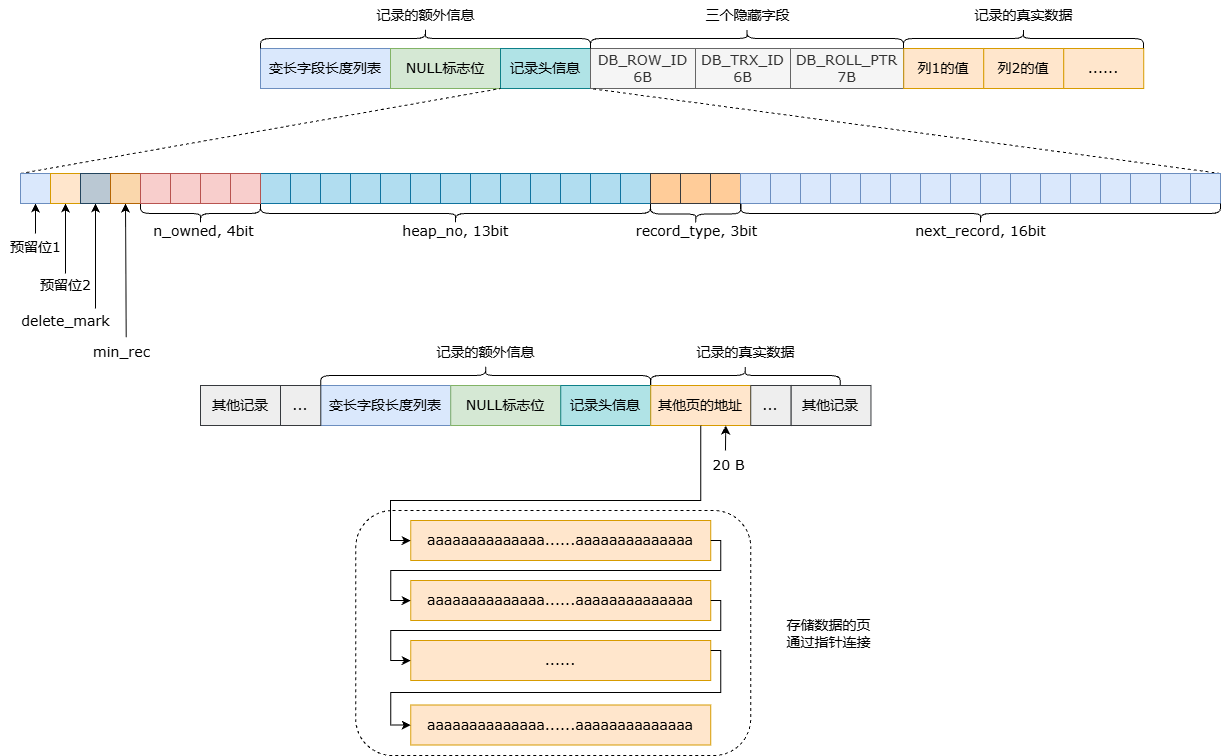
oHo404/imgrepo keeps this draw.io diagram as mysql/Dynamic行记录格式.drawio.png. Above is the earlier version. Source tidied: cells renumbered, new cells last; positions are measured from the earlier drawing's top-left corner, leaving out a move shared by most shapes.
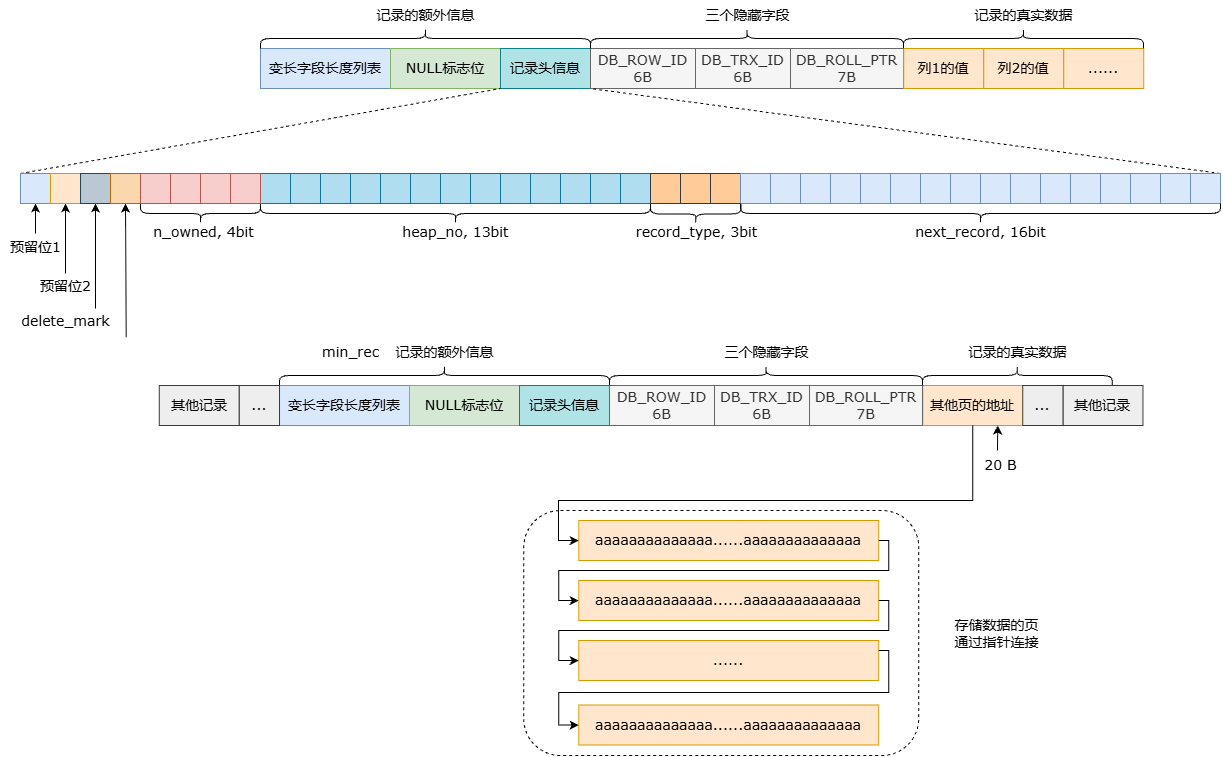
The same file after the commit.

Commit message:
更新Dynamic行记录格式.drawio.png

Change to the diagram source:
```diff
@@ -69,7 +69,7 @@
       <mxGeometry relative="1" as="geometry" />
     </mxCell>
     <mxCell id="22" value="&lt;font face=&quot;Verdana&quot; style=&quot;font-size: 14px;&quot;&gt;min_rec&lt;/font&gt;" style="text;html=1;align=center;verticalAlign=middle;strokeColor=none;fillColor=none;" parent="1" vertex="1">
-      <mxGeometry x="81" y="464" width="80" height="30" as="geometry" />
+      <mxGeometry x="309.8" y="464" width="80" height="30" as="geometry" />
     </mxCell>
     <mxCell id="23" style="rounded=0;whiteSpace=wrap;html=1;fillColor=#dae8fc;strokeColor=#6c8ebf;" parent="1" vertex="1">
       <mxGeometry x="20" y="300" width="30" height="30" as="geometry" />
@@ -258,28 +258,28 @@
       <mxGeometry x="165" y="41" width="150" height="35" as="geometry" />
     </mxCell>
     <mxCell id="85" style="shape=curlyBracket;whiteSpace=wrap;html=1;rounded=1;flipH=1;labelPosition=right;verticalLabelPosition=middle;align=left;verticalAlign=middle;strokeColor=default;fontFamily=Helvetica;fontSize=12;fontColor=default;fillColor=default;rotation=-90;" parent="1" vertex="1">
-      <mxGeometry x="475.2" y="337" width="20" height="330" as="geometry" />
+      <mxGeometry x="434" y="337" width="20" height="330" as="geometry" />
     </mxCell>
     <mxCell id="86" value="&lt;font face=&quot;Verdana&quot; style=&quot;font-size: 14px;&quot;&gt;记录的额外信息&lt;/font&gt;" style="text;html=1;align=center;verticalAlign=middle;strokeColor=none;fillColor=none;fontFamily=Helvetica;fontSize=12;fontColor=default;" parent="1" vertex="1">
-      <mxGeometry x="425.2" y="464" width="120" height="30" as="geometry" />
+      <mxGeometry x="384" y="464" width="120" height="30" as="geometry" />
     </mxCell>
     <mxCell id="87" style="shape=curlyBracket;whiteSpace=wrap;html=1;rounded=1;flipH=1;labelPosition=right;verticalLabelPosition=middle;align=left;verticalAlign=middle;strokeColor=default;fontFamily=Helvetica;fontSize=12;fontColor=default;fillColor=default;rotation=-90;" parent="1" vertex="1">
-      <mxGeometry x="735.1" y="407.2" width="19.5" height="189.7" as="geometry" />
+      <mxGeometry x="1007.1" y="407.2" width="19.5" height="189.7" as="geometry" />
     </mxCell>
     <mxCell id="88" value="记录的真实数据" style="text;html=1;align=center;verticalAlign=middle;strokeColor=none;fillColor=none;fontFamily=Verdana;fontSize=14;fontColor=default;" parent="1" vertex="1">
-      <mxGeometry x="684.8" y="464" width="120" height="30" as="geometry" />
+      <mxGeometry x="956.8" y="464" width="120" height="30" as="geometry" />
     </mxCell>
     <mxCell id="89" value="&lt;font face=&quot;Verdana&quot; style=&quot;font-size: 14px;&quot;&gt;变长字段长度列表&lt;/font&gt;" style="rounded=0;whiteSpace=wrap;html=1;fillColor=#dae8fc;strokeColor=#6c8ebf;" parent="1" vertex="1">
-      <mxGeometry x="320.2" y="512" width="130" height="40" as="geometry" />
+      <mxGeometry x="279" y="512" width="130" height="40" as="geometry" />
     </mxCell>
     <mxCell id="90" value="&lt;font face=&quot;Verdana&quot; style=&quot;font-size: 14px;&quot;&gt;NULL标志位&lt;/font&gt;" style="rounded=0;whiteSpace=wrap;html=1;fillColor=#d5e8d4;strokeColor=#82b366;" parent="1" vertex="1">
-      <mxGeometry x="450.2" y="512" width="110" height="40" as="geometry" />
+      <mxGeometry x="409" y="512" width="110" height="40" as="geometry" />
     </mxCell>
     <mxCell id="91" value="&lt;font face=&quot;Verdana&quot; style=&quot;font-size: 14px;&quot;&gt;记录头信息&lt;/font&gt;" style="rounded=0;whiteSpace=wrap;html=1;fillColor=#b0e3e6;strokeColor=#0e8088;" parent="1" vertex="1">
-      <mxGeometry x="560.2" y="512" width="90" height="40" as="geometry" />
+      <mxGeometry x="519" y="512" width="90" height="40" as="geometry" />
     </mxCell>
     <mxCell id="92" style="group;" parent="1" vertex="1">
-      <mxGeometry x="200" y="512" width="120.2" height="40" as="geometry" />
+      <mxGeometry x="158.8" y="512" width="120.2" height="40" as="geometry" />
     </mxCell>
     <mxCell id="93" value="&lt;font face=&quot;Verdana&quot;&gt;&lt;span style=&quot;font-size: 14px;&quot;&gt;其他记录&lt;/span&gt;&lt;/font&gt;" style="rounded=0;whiteSpace=wrap;html=1;fillColor=#eeeeee;strokeColor=#36393d;" parent="92" vertex="1">
       <mxGeometry width="80" height="40" as="geometry" />
@@ -288,16 +288,16 @@
       <mxGeometry x="80" width="40.2" height="40" as="geometry" />
     </mxCell>
     <mxCell id="95" value="&lt;font face=&quot;Verdana&quot;&gt;&lt;span style=&quot;font-size: 14px;&quot;&gt;其他页的地址&lt;/span&gt;&lt;/font&gt;" style="rounded=0;whiteSpace=wrap;html=1;fillColor=#ffe6cc;strokeColor=#d79b00;" parent="1" vertex="1">
-      <mxGeometry x="650.2" y="512" width="100" height="40" as="geometry" />
+      <mxGeometry x="922.2" y="512" width="100" height="40" as="geometry" />
     </mxCell>
     <mxCell id="96" value="&lt;font face=&quot;Verdana&quot; style=&quot;font-size: 14px;&quot;&gt;aaaaaaaaaaaaaa......aaaaaaaaaaaaaa&lt;/font&gt;" style="rounded=0;whiteSpace=wrap;html=1;fillColor=#ffe6cc;strokeColor=#d79b00;" parent="1" vertex="1">
-      <mxGeometry x="410.2" y="647" width="300" height="40" as="geometry" />
+      <mxGeometry x="578.2" y="647" width="300" height="40" as="geometry" />
     </mxCell>
     <mxCell id="97" value="&lt;font face=&quot;Verdana&quot; style=&quot;font-size: 14px;&quot;&gt;aaaaaaaaaaaaaa......aaaaaaaaaaaaaa&lt;/font&gt;" style="rounded=0;whiteSpace=wrap;html=1;fillColor=#ffe6cc;strokeColor=#d79b00;" parent="1" vertex="1">
-      <mxGeometry x="410.2" y="707" width="300" height="40" as="geometry" />
+      <mxGeometry x="578.2" y="707" width="300" height="40" as="geometry" />
     </mxCell>
     <mxCell id="98" style="group;" parent="1" vertex="1">
-      <mxGeometry x="750.2" y="512" width="120.2" height="40" as="geometry" />
+      <mxGeometry x="1022.2" y="512" width="120.2" height="40" as="geometry" />
     </mxCell>
     <mxCell id="99" value="&lt;font face=&quot;Verdana&quot;&gt;&lt;span style=&quot;font-size: 14px;&quot;&gt;其他记录&lt;/span&gt;&lt;/font&gt;" style="rounded=0;whiteSpace=wrap;html=1;fillColor=#eeeeee;strokeColor=#36393d;" parent="98" vertex="1">
       <mxGeometry x="40.2" width="80" height="40" as="geometry" />
@@ -308,45 +308,45 @@
     <mxCell id="101" style="endArrow=classic;html=1;rounded=0;exitX=0.5;exitY=1;exitDx=0;exitDy=0;edgeStyle=orthogonalEdgeStyle;entryX=0;entryY=0.5;entryDx=0;entryDy=0;" parent="1" edge="1" source="95" target="96">
       <mxGeometry relative="1" as="geometry">
         <Array as="points">
-          <mxPoint x="700" y="627" />
-          <mxPoint x="390" y="627" />
-          <mxPoint x="390" y="667" />
+          <mxPoint x="972.2" y="627" />
+          <mxPoint x="558" y="627" />
+          <mxPoint x="558" y="667" />
         </Array>
       </mxGeometry>
     </mxCell>
     <mxCell id="102" style="endArrow=classic;html=1;rounded=0;exitX=1;exitY=0.5;exitDx=0;exitDy=0;edgeStyle=orthogonalEdgeStyle;entryX=0;entryY=0.5;entryDx=0;entryDy=0;" parent="1" edge="1" source="96" target="97">
       <mxGeometry relative="1" as="geometry">
         <Array as="points">
-          <mxPoint x="720.2" y="667" />
-          <mxPoint x="720.2" y="697" />
-          <mxPoint x="390.2" y="697" />
-          <mxPoint x="390.2" y="727" />
+          <mxPoint x="888.2" y="667" />
+          <mxPoint x="888.2" y="697" />
+          <mxPoint x="558.2" y="697" />
+          <mxPoint x="558.2" y="727" />
         </Array>
       </mxGeometry>
     </mxCell>
     <mxCell id="103" value="&lt;font face=&quot;Verdana&quot;&gt;&lt;span style=&quot;font-size: 14px;&quot;&gt;......&lt;/span&gt;&lt;/font&gt;" style="rounded=0;whiteSpace=wrap;html=1;fillColor=#ffe6cc;strokeColor=#d79b00;" parent="1" vertex="1">
-      <mxGeometry x="410.2" y="767" width="300" height="40" as="geometry" />
+      <mxGeometry x="578.2" y="767" width="300" height="40" as="geometry" />
     </mxCell>
     <mxCell id="104" value="&lt;font face=&quot;Verdana&quot; style=&quot;font-size: 14px;&quot;&gt;aaaaaaaaaaaaaa......aaaaaaaaaaaaaa&lt;/font&gt;" style="rounded=0;whiteSpace=wrap;html=1;fillColor=#ffe6cc;strokeColor=#d79b00;" parent="1" vertex="1">
-      <mxGeometry x="410.2" y="831.5" width="300" height="40" as="geometry" />
+      <mxGeometry x="578.2" y="831.5" width="300" height="40" as="geometry" />
     </mxCell>
     <mxCell id="105" style="endArrow=classic;html=1;rounded=0;edgeStyle=orthogonalEdgeStyle;exitX=1;exitY=0.5;exitDx=0;exitDy=0;entryX=0;entryY=0.5;entryDx=0;entryDy=0;" parent="1" edge="1" source="97" target="103">
       <mxGeometry relative="1" as="geometry">
         <Array as="points">
-          <mxPoint x="720.2" y="727" />
-          <mxPoint x="720.2" y="757" />
-          <mxPoint x="390.2" y="757" />
-          <mxPoint x="390.2" y="787" />
+          <mxPoint x="888.2" y="727" />
+          <mxPoint x="888.2" y="757" />
+          <mxPoint x="558.2" y="757" />
+          <mxPoint x="558.2" y="787" />
         </Array>
       </mxGeometry>
     </mxCell>
     <mxCell id="106" style="endArrow=classic;html=1;rounded=0;edgeStyle=orthogonalEdgeStyle;exitX=1;exitY=0.25;exitDx=0;exitDy=0;entryX=0;entryY=0.5;entryDx=0;entryDy=0;" parent="1" edge="1" source="103" target="104">
       <mxGeometry relative="1" as="geometry">
         <Array as="points">
-          <mxPoint x="720.2" y="777" />
-          <mxPoint x="720.2" y="819" />
-          <mxPoint x="390.2" y="819" />
-          <mxPoint x="390.2" y="852" />
+          <mxPoint x="888.2" y="777" />
+          <mxPoint x="888.2" y="819" />
+          <mxPoint x="558.2" y="819" />
+          <mxPoint x="558.2" y="852" />
         </Array>
       </mxGeometry>
     </mxCell>
@@ -354,13 +354,13 @@
       <mxGeometry relative="1" as="geometry" />
     </mxCell>
     <mxCell id="108" value="&lt;font face=&quot;Verdana&quot; style=&quot;font-size: 14px;&quot;&gt;20 B&lt;/font&gt;" style="text;html=1;align=center;verticalAlign=middle;points=[];strokeColor=none;fillColor=none;" parent="1" vertex="1">
-      <mxGeometry x="697.6" y="576.9" width="60" height="30" as="geometry" />
+      <mxGeometry x="969.6" y="576.9" width="60" height="30" as="geometry" />
     </mxCell>
     <mxCell id="109" style="rounded=1;whiteSpace=wrap;html=1;fillColor=none;dashed=1;" parent="1" vertex="1">
-      <mxGeometry x="355.2" y="637" width="395" height="245" as="geometry" />
+      <mxGeometry x="523.2" y="637" width="395" height="245" as="geometry" />
     </mxCell>
     <mxCell id="110" value="&lt;font face=&quot;Verdana&quot; style=&quot;font-size: 14px;&quot;&gt;存储数据的页&lt;/font&gt;&lt;div style=&quot;font-size: 14px;&quot;&gt;&lt;font face=&quot;CAwPafvQ6uSIa6cx_7zG&quot; style=&quot;font-size: 14px;&quot;&gt;通过指针连接&lt;/font&gt;&lt;/div&gt;" style="text;html=1;align=center;verticalAlign=middle;strokeColor=none;fillColor=none;" parent="1" vertex="1">
-      <mxGeometry x="773.2" y="734.5" width="110" height="50" as="geometry" />
+      <mxGeometry x="941.2" y="734.5" width="110" height="50" as="geometry" />
     </mxCell>
     <mxCell id="111" value="&lt;font face=&quot;Verdana&quot; style=&quot;font-size: 14px;&quot;&gt;列1的值&lt;/font&gt;" style="rounded=0;whiteSpace=wrap;html=1;fillColor=#ffe6cc;strokeColor=#d79b00;" parent="1" vertex="1">
       <mxGeometry x="903.2" y="175" width="80" height="40" as="geometry" />
@@ -377,5 +377,20 @@
     <mxCell id="115" value="记录的真实数据" style="text;html=1;align=center;verticalAlign=middle;strokeColor=none;fillColor=none;fontFamily=Verdana;fontSize=14;fontColor=default;" parent="1" vertex="1">
       <mxGeometry x="963" y="127" width="120" height="30" as="geometry" />
     </mxCell>
+    <mxCell id="116" value="&lt;font style=&quot;font-size: 14px;&quot; face=&quot;Verdana&quot;&gt;DB_ROW_ID&lt;/font&gt;&lt;div&gt;&lt;font style=&quot;font-size: 14px;&quot; face=&quot;Verdana&quot;&gt;6B&lt;/font&gt;&lt;/div&gt;" style="rounded=0;whiteSpace=wrap;html=1;fillColor=#f5f5f5;fontColor=#333333;strokeColor=#666666;" parent="1" vertex="1">
+      <mxGeometry x="609" y="512" width="105" height="40" as="geometry" />
+    </mxCell>
+    <mxCell id="117" value="&lt;font face=&quot;Verdana&quot; style=&quot;&quot;&gt;&lt;span style=&quot;font-size: 14px;&quot;&gt;DB_TRX_ID&lt;/span&gt;&lt;/font&gt;&lt;div&gt;&lt;font face=&quot;Verdana&quot; style=&quot;&quot;&gt;&lt;span style=&quot;font-size: 14px;&quot;&gt;6B&lt;/span&gt;&lt;/font&gt;&lt;/div&gt;" style="rounded=0;whiteSpace=wrap;html=1;fillColor=#f5f5f5;fontColor=#333333;strokeColor=#666666;" parent="1" vertex="1">
+      <mxGeometry x="714" y="512" width="95" height="40" as="geometry" />
+    </mxCell>
+    <mxCell id="118" value="&lt;font face=&quot;Verdana&quot; style=&quot;&quot;&gt;&lt;span style=&quot;font-size: 14px;&quot;&gt;DB_ROLL_PTR&lt;/span&gt;&lt;/font&gt;&lt;div&gt;&lt;font face=&quot;Verdana&quot; style=&quot;&quot;&gt;&lt;span style=&quot;font-size: 14px;&quot;&gt;7B&lt;/span&gt;&lt;/font&gt;&lt;/div&gt;" style="rounded=0;whiteSpace=wrap;html=1;fillColor=#f5f5f5;fontColor=#333333;strokeColor=#666666;" parent="1" vertex="1">
+      <mxGeometry x="809" y="512" width="113" height="40" as="geometry" />
+    </mxCell>
+    <mxCell id="119" style="shape=curlyBracket;whiteSpace=wrap;html=1;rounded=1;labelPosition=left;verticalLabelPosition=middle;align=right;verticalAlign=middle;labelPerimeter=1;rotation=90;" parent="1" vertex="1">
+      <mxGeometry x="755.5" y="345.5" width="20" height="313" as="geometry" />
+    </mxCell>
+    <mxCell id="120" value="&lt;font face=&quot;Verdana&quot;&gt;&lt;span style=&quot;font-size: 14px;&quot;&gt;三个隐藏字段&lt;/span&gt;&lt;/font&gt;" style="text;html=1;align=center;verticalAlign=middle;strokeColor=none;fillColor=none;fontFamily=Helvetica;fontSize=12;fontColor=default;" parent="1" vertex="1">
+      <mxGeometry x="714" y="464" width="103" height="30" as="geometry" />
+    </mxCell>
   </root>
 </mxGraphModel>
```
